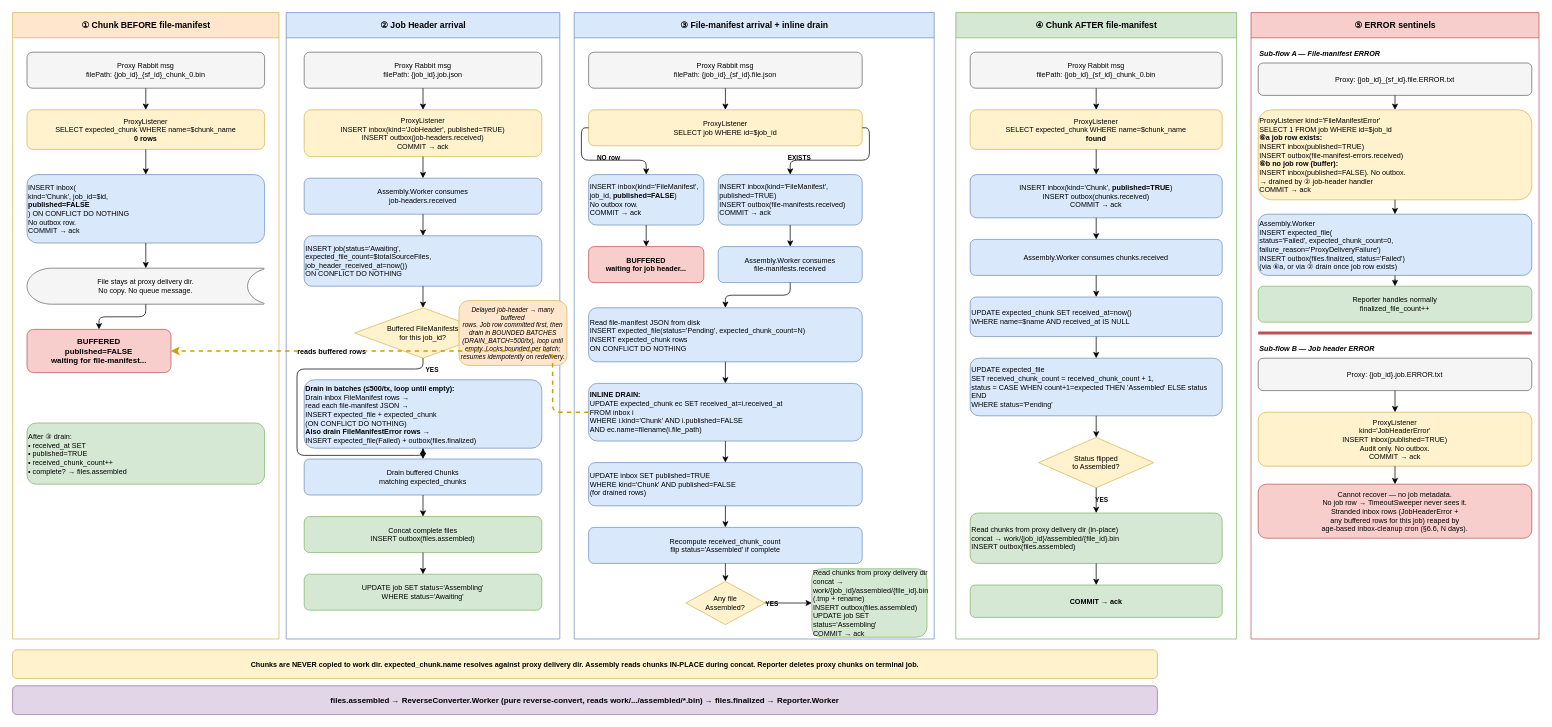
This is docs/chunk-flow.drawio from ImriHarlev/Dintinct, a draw.io file, before an edit. Source tidied: cells renumbered, new cells numbered last; positions are measured from the earlier drawing's top-left corner, leaving out a move shared by most shapes. Both pictures are drawn from the tidied source at 72%, with x=0, y=0 at pixel (12, 12).
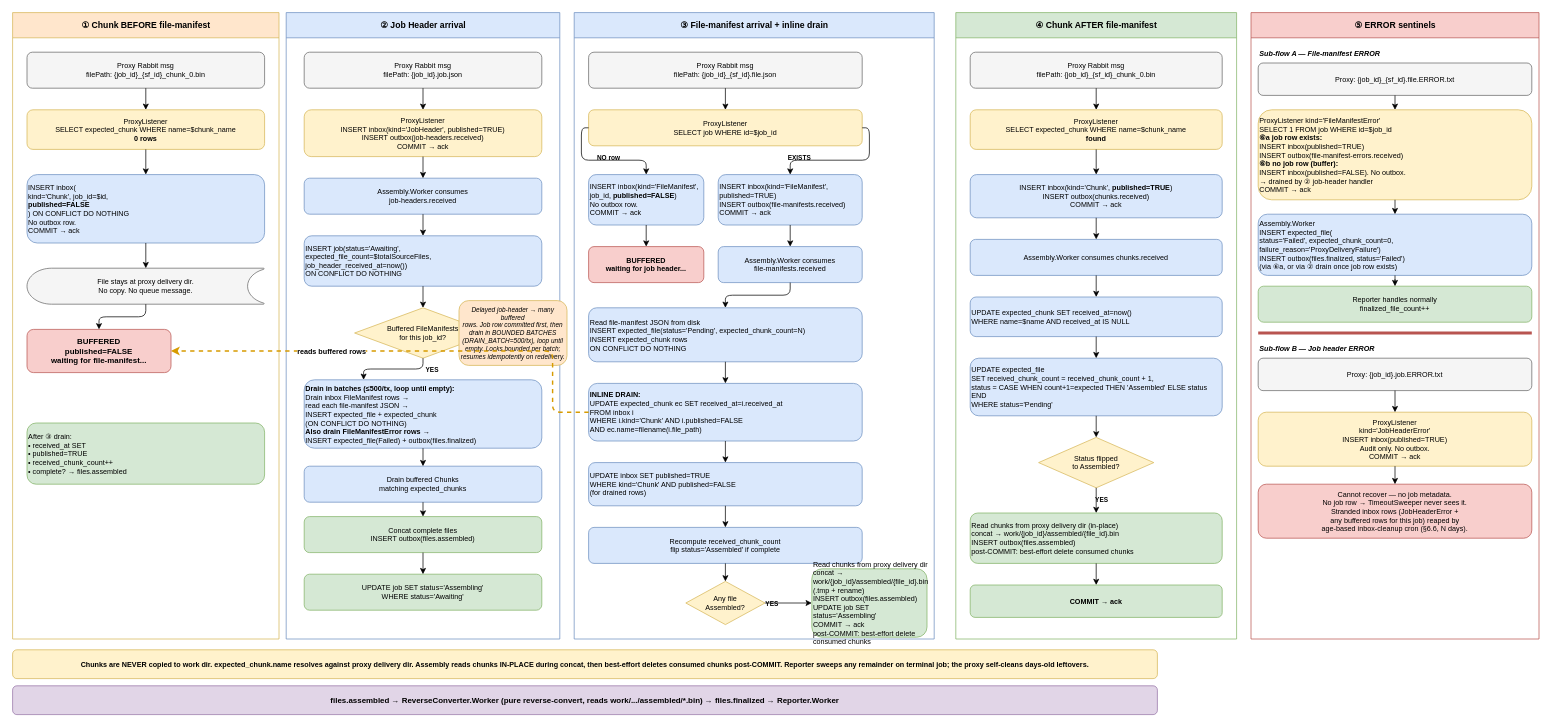
Above is the later version.

Unchanged cells that the change refers to:
```xml
<mxCell id="13" value="② Job Header arrival" style="swimlane;html=1;fontStyle=1;fontSize=12;startSize=35;fillColor=#dae8fc;strokeColor=#6c8ebf;" parent="1" vertex="1">
  <mxGeometry x="380" width="380" height="870" as="geometry" />
</mxCell>
<mxCell id="21" value="Buffered FileManifests&lt;br&gt;for this job_id?" style="rhombus;whiteSpace=wrap;html=1;fillColor=#fff2cc;strokeColor=#d6b656;fontSize=10;" parent="13" vertex="1">
  <mxGeometry x="95" y="410" width="190" height="70" as="geometry" />
</mxCell>
<mxCell id="23" value="&lt;b&gt;Drain in batches (≤500/tx, loop until empty):&lt;/b&gt;&lt;br&gt;Drain inbox FileManifest rows →&lt;br&gt;read each file-manifest JSON →&lt;br&gt;INSERT expected_file + expected_chunk&lt;br&gt;(ON CONFLICT DO NOTHING)&lt;br&gt;&lt;b&gt;Also drain FileManifestError rows →&lt;/b&gt;&lt;br&gt;INSERT expected_file(Failed) + outbox(files.finalized)" style="rounded=1;whiteSpace=wrap;html=1;fillColor=#dae8fc;strokeColor=#6c8ebf;fontSize=10;align=left;" parent="13" vertex="1">
  <mxGeometry x="25" y="510" width="330" height="95" as="geometry" />
</mxCell>
<mxCell id="33" value="③ File-manifest arrival + inline drain" style="swimlane;html=1;fontStyle=1;fontSize=12;startSize=35;fillColor=#dae8fc;strokeColor=#6c8ebf;" parent="1" vertex="1">
  <mxGeometry x="780" width="500" height="870" as="geometry" />
</mxCell>
<mxCell id="60" value="④ Chunk AFTER file-manifest" style="swimlane;html=1;fontStyle=1;fontSize=12;startSize=35;fillColor=#d5e8d4;strokeColor=#82b366;" parent="1" vertex="1">
  <mxGeometry x="1310" width="390" height="870" as="geometry" />
</mxCell>
```

Change to the diagram source:
```diff
@@
-    <mxCell id="24" style="edgeStyle=orthogonalEdgeStyle;entryX=0.5;entryY=1;exitX=0.5;exitY=1;" parent="13" edge="1" source="21" target="23">
+    <mxCell id="24" style="edgeStyle=orthogonalEdgeStyle;entryX=0.25;entryY=0;exitX=0.5;exitY=1;entryDx=0;entryDy=0;" parent="13" edge="1" source="21" target="23">
       <mxGeometry relative="1" as="geometry" />
     </mxCell>
@@
     <mxCell id="26" value="Drain buffered Chunks&lt;br&gt;matching expected_chunks" style="rounded=1;whiteSpace=wrap;html=1;fillColor=#dae8fc;strokeColor=#6c8ebf;fontSize=10;" parent="13" vertex="1">
-      <mxGeometry x="25" y="620" width="330" height="50" as="geometry" />
+      <mxGeometry x="25" y="630" width="330" height="50" as="geometry" />
     </mxCell>
@@
-    <mxCell id="57" value="Read chunks from proxy delivery dir&lt;br&gt;concat → work/{job_id}/assembled/{file_id}.bin&lt;br&gt;(.tmp + rename)&lt;br&gt;INSERT outbox(files.assembled)&lt;br&gt;UPDATE job SET status='Assembling'&lt;br&gt;COMMIT → ack" style="rounded=1;whiteSpace=wrap;html=1;fillColor=#d5e8d4;strokeColor=#82b366;fontSize=10;align=left;" parent="33" vertex="1">
+    <mxCell id="57" value="Read chunks from proxy delivery dir&lt;br&gt;concat → work/{job_id}/assembled/{file_id}.bin&lt;br&gt;(.tmp + rename)&lt;br&gt;INSERT outbox(files.assembled)&lt;br&gt;UPDATE job SET status='Assembling'&lt;br&gt;COMMIT → ack&lt;br&gt;post-COMMIT: best-effort delete consumed chunks" style="rounded=1;whiteSpace=wrap;html=1;fillColor=#d5e8d4;strokeColor=#82b366;fontSize=10;align=left;" parent="33" vertex="1">
       <mxGeometry x="330" y="772.5" width="160" height="95" as="geometry" />
     </mxCell>
@@
-    <mxCell id="74" value="Read chunks from proxy delivery dir (in-place)&lt;br&gt;concat → work/{job_id}/assembled/{file_id}.bin&lt;br&gt;INSERT outbox(files.assembled)" style="rounded=1;whiteSpace=wrap;html=1;fillColor=#d5e8d4;strokeColor=#82b366;fontSize=10;align=left;" parent="60" vertex="1">
+    <mxCell id="74" value="Read chunks from proxy delivery dir (in-place)&lt;br&gt;concat → work/{job_id}/assembled/{file_id}.bin&lt;br&gt;INSERT outbox(files.assembled)&lt;br&gt;post-COMMIT: best-effort delete consumed chunks" style="rounded=1;whiteSpace=wrap;html=1;fillColor=#d5e8d4;strokeColor=#82b366;fontSize=10;align=left;" parent="60" vertex="1">
       <mxGeometry x="20" y="695" width="350" height="70" as="geometry" />
     </mxCell>
@@
-    <mxCell id="95" value="Chunks are NEVER copied to work dir. expected_chunk.name resolves against proxy delivery dir. Assembly reads chunks IN-PLACE during concat. Reporter deletes proxy chunks on terminal job." style="rounded=1;whiteSpace=wrap;html=1;fillColor=#fff2cc;strokeColor=#d6b656;fontSize=10;fontStyle=1;align=center;" parent="1" vertex="1">
+    <mxCell id="95" value="Chunks are NEVER copied to work dir. expected_chunk.name resolves against proxy delivery dir. Assembly reads chunks IN-PLACE during concat, then best-effort deletes consumed chunks post-COMMIT. Reporter sweeps any remainder on terminal job; the proxy self-cleans days-old leftovers." style="rounded=1;whiteSpace=wrap;html=1;fillColor=#fff2cc;strokeColor=#d6b656;fontSize=10;fontStyle=1;align=center;" parent="1" vertex="1">
       <mxGeometry y="885" width="1590" height="40" as="geometry" />
     </mxCell>
```
